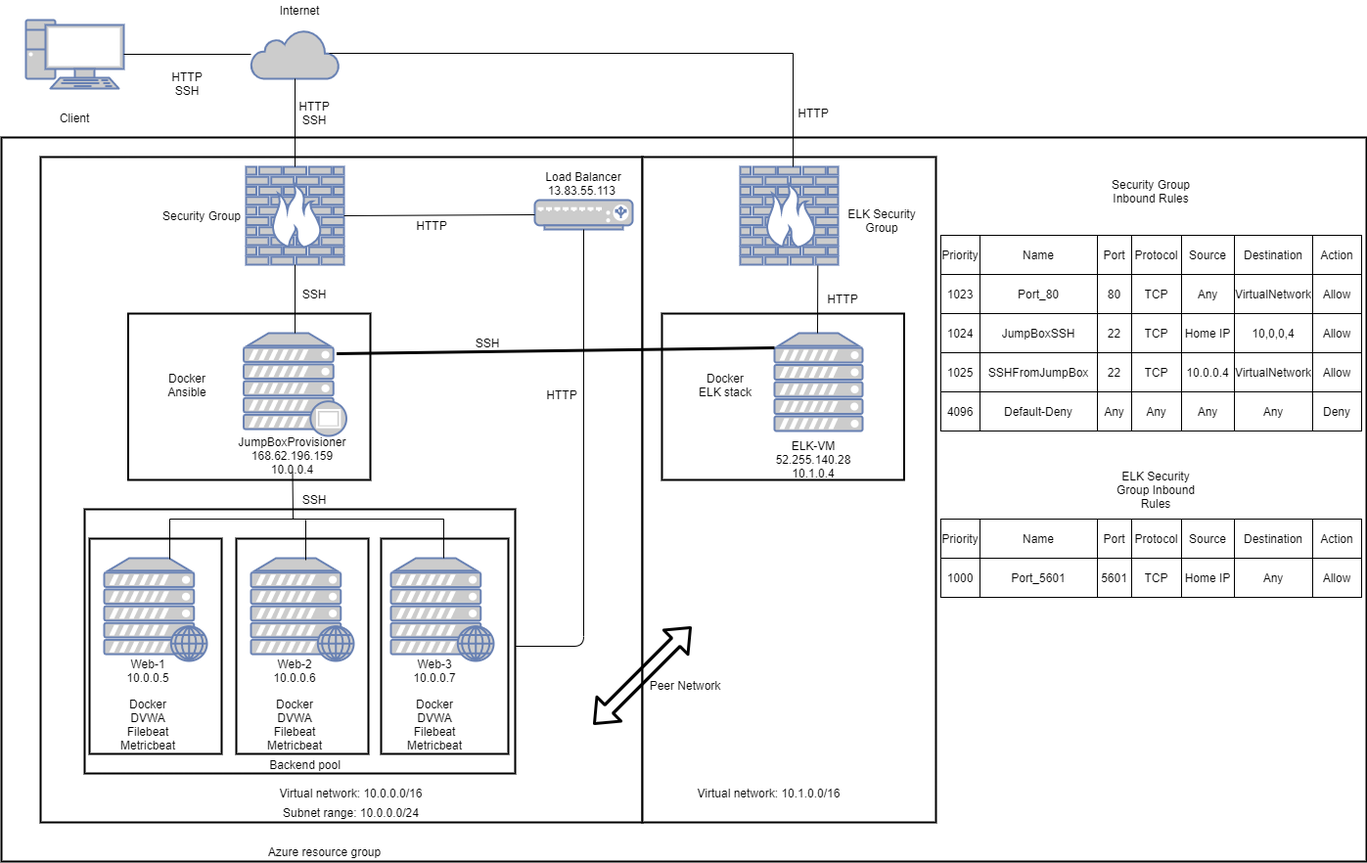
This is Images/RedTeamCloud.png from kevinfurukawa/CybersecurityProject1, a draw.io export, as it was before one commit. Source tidied: cells renumbered, new cells last; positions are measured from the earlier drawing's top-left corner, leaving out a move shared by most shapes.
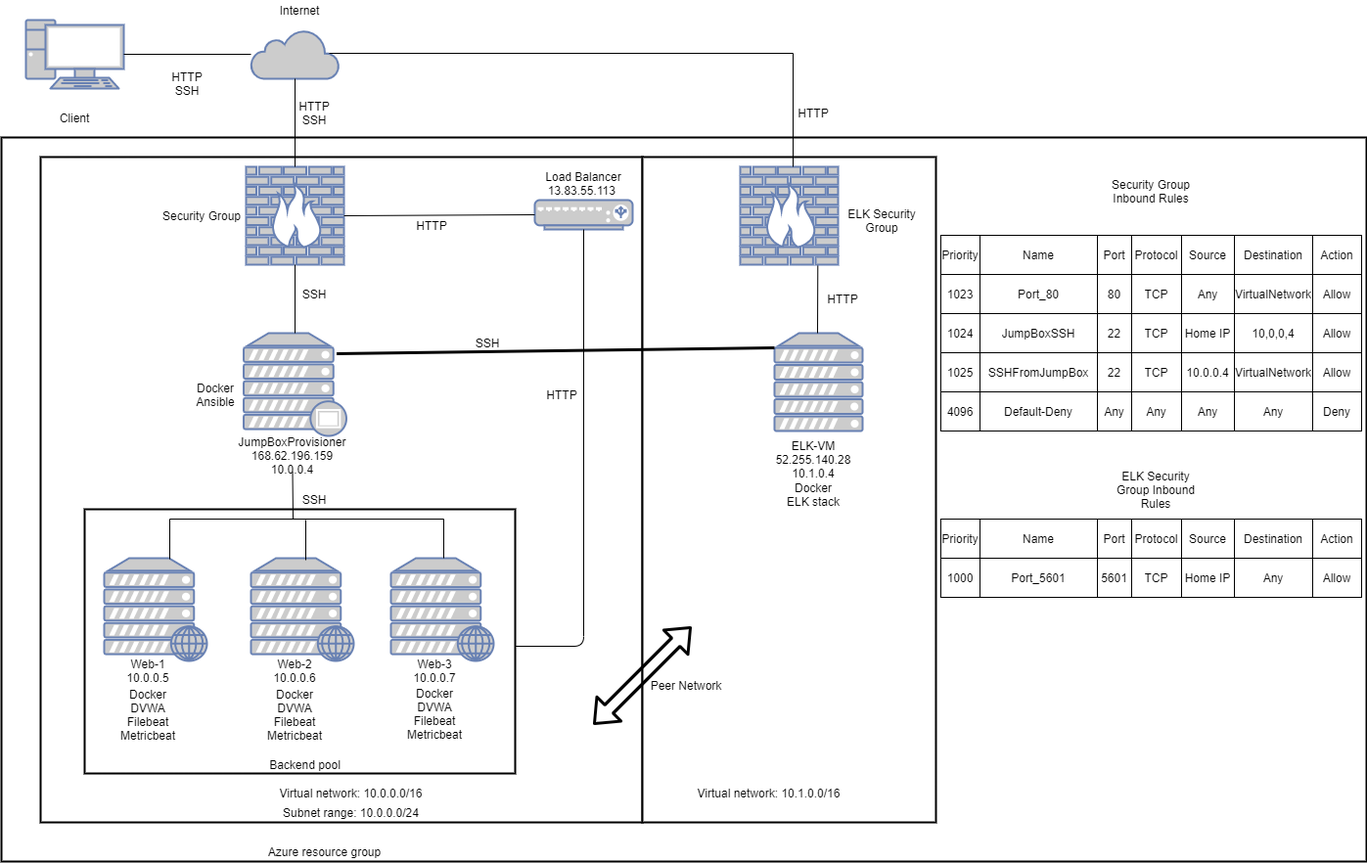
The same file after the commit.

Diff of the diagram source:
```diff
@@ -8,9 +8,6 @@
     <mxCell id="3" style="rounded=0;whiteSpace=wrap;html=1;glass=0;strokeWidth=2;" parent="1" vertex="1">
       <mxGeometry x="40" y="160" width="615" height="680" as="geometry" />
     </mxCell>
-    <mxCell id="4" style="rounded=0;whiteSpace=wrap;html=1;glass=0;strokeWidth=2;" parent="1" vertex="1">
-      <mxGeometry x="129.5" y="320" width="247.5" height="170" as="geometry" />
-    </mxCell>
     <mxCell id="5" style="html=1;outlineConnect=0;fillColor=#CCCCCC;strokeColor=#6881B3;gradientColor=none;gradientDirection=north;strokeWidth=2;shape=mxgraph.networks.cloud;fontColor=#ffffff;" parent="1" vertex="1">
       <mxGeometry x="255" y="30" width="90" height="50" as="geometry" />
     </mxCell>
@@ -65,15 +62,16 @@
     <mxCell id="22" value="SSH" style="text;html=1;strokeColor=none;fillColor=none;align=center;verticalAlign=middle;whiteSpace=wrap;rounded=0;" parent="1" vertex="1">
       <mxGeometry x="275" y="500" width="90" height="20" as="geometry" />
     </mxCell>
-    <mxCell id="23" style="endArrow=none;html=1;entryX=0.5;entryY=1;entryDx=0;entryDy=0;entryPerimeter=0;exitX=1;exitY=0.5;exitDx=0;exitDy=0;" parent="1" edge="1" source="42" target="15">
+    <mxCell id="23" style="endArrow=none;html=1;entryX=0.5;entryY=1;entryDx=0;entryDy=0;entryPerimeter=0;exitX=1;exitY=0.5;exitDx=0;exitDy=0;" parent="1" edge="1" target="15">
       <mxGeometry relative="1" as="geometry">
+        <mxPoint x="518" y="660" as="sourcePoint" />
         <Array as="points">
           <mxPoint x="595" y="660" />
         </Array>
       </mxGeometry>
     </mxCell>
     <mxCell id="24" value="Docker&lt;br&gt;Ansible" style="text;html=1;strokeColor=none;fillColor=none;align=center;verticalAlign=middle;whiteSpace=wrap;rounded=0;" parent="1" vertex="1">
-      <mxGeometry x="145" y="377.5" width="90" height="30" as="geometry" />
+      <mxGeometry x="174" y="388" width="90" height="30" as="geometry" />
     </mxCell>
     <mxCell id="25" value="Azure resource group" style="text;html=1;strokeColor=none;fillColor=none;align=center;verticalAlign=middle;whiteSpace=wrap;rounded=0;" parent="1" vertex="1">
       <mxGeometry x="264" y="860" width="132.5" height="20" as="geometry" />
@@ -96,9 +94,6 @@
     <mxCell id="31" style="group;" parent="1" vertex="1">
       <mxGeometry x="105" y="570" width="120" height="200" as="geometry" />
     </mxCell>
-    <mxCell id="32" style="rounded=0;whiteSpace=wrap;html=1;glass=0;strokeWidth=2;" parent="31" vertex="1">
-      <mxGeometry x="-15" y="-20" width="135" height="220" as="geometry" />
-    </mxCell>
     <mxCell id="33" style="fontColor=#0066CC;verticalAlign=top;verticalLabelPosition=bottom;labelPosition=center;align=center;html=1;fillColor=#CCCCCC;strokeColor=#6881B3;gradientColor=none;gradientDirection=north;strokeWidth=2;shape=mxgraph.networks.web_server;" parent="31" vertex="1">
       <mxGeometry width="105" height="105" as="geometry" />
     </mxCell>
@@ -106,14 +101,11 @@
       <mxGeometry y="105" width="90" height="20" as="geometry" />
     </mxCell>
     <mxCell id="35" value="Docker&lt;br&gt;DVWA&lt;br&gt;Filebeat&lt;br&gt;Metricbeat" style="text;html=1;strokeColor=none;fillColor=none;align=center;verticalAlign=middle;whiteSpace=wrap;rounded=0;" parent="31" vertex="1">
-      <mxGeometry y="140" width="90" height="60" as="geometry" />
+      <mxGeometry y="130" width="90" height="60" as="geometry" />
     </mxCell>
     <mxCell id="36" style="group;" parent="1" vertex="1">
       <mxGeometry x="255" y="570" width="120" height="200" as="geometry" />
     </mxCell>
-    <mxCell id="37" style="rounded=0;whiteSpace=wrap;html=1;glass=0;strokeWidth=2;" parent="36" vertex="1">
-      <mxGeometry x="-15" y="-20" width="135" height="220" as="geometry" />
-    </mxCell>
     <mxCell id="38" style="fontColor=#0066CC;verticalAlign=top;verticalLabelPosition=bottom;labelPosition=center;align=center;html=1;fillColor=#CCCCCC;strokeColor=#6881B3;gradientColor=none;gradientDirection=north;strokeWidth=2;shape=mxgraph.networks.web_server;" parent="36" vertex="1">
       <mxGeometry width="105" height="105" as="geometry" />
     </mxCell>
@@ -121,14 +113,11 @@
       <mxGeometry y="105" width="90" height="20" as="geometry" />
     </mxCell>
     <mxCell id="40" value="Docker&lt;br&gt;DVWA&lt;br&gt;Filebeat&lt;br&gt;Metricbeat" style="text;html=1;strokeColor=none;fillColor=none;align=center;verticalAlign=middle;whiteSpace=wrap;rounded=0;" parent="36" vertex="1">
-      <mxGeometry y="140" width="90" height="60" as="geometry" />
+      <mxGeometry y="130" width="90" height="60" as="geometry" />
     </mxCell>
     <mxCell id="41" style="group;" parent="1" vertex="1">
       <mxGeometry x="398" y="570" width="120" height="200" as="geometry" />
     </mxCell>
-    <mxCell id="42" style="rounded=0;whiteSpace=wrap;html=1;glass=0;strokeWidth=2;" parent="41" vertex="1">
-      <mxGeometry x="-10" y="-20" width="130" height="220" as="geometry" />
-    </mxCell>
     <mxCell id="43" style="fontColor=#0066CC;verticalAlign=top;verticalLabelPosition=bottom;labelPosition=center;align=center;html=1;fillColor=#CCCCCC;strokeColor=#6881B3;gradientColor=none;gradientDirection=north;strokeWidth=2;shape=mxgraph.networks.web_server;" parent="41" vertex="1">
       <mxGeometry width="105" height="105" as="geometry" />
     </mxCell>
@@ -136,7 +125,7 @@
       <mxGeometry y="105" width="90" height="20" as="geometry" />
     </mxCell>
     <mxCell id="45" value="Docker&lt;br&gt;DVWA&lt;br&gt;Filebeat&lt;br&gt;Metricbeat" style="text;html=1;strokeColor=none;fillColor=none;align=center;verticalAlign=middle;whiteSpace=wrap;rounded=0;" parent="41" vertex="1">
-      <mxGeometry y="140" width="90" height="60" as="geometry" />
+      <mxGeometry y="129" width="90" height="60" as="geometry" />
     </mxCell>
     <mxCell id="46" value="Backend pool" style="text;html=1;strokeColor=none;fillColor=none;align=center;verticalAlign=middle;whiteSpace=wrap;rounded=0;" parent="1" vertex="1">
       <mxGeometry x="257.5" y="771" width="105" height="20" as="geometry" />
@@ -176,9 +165,6 @@
     <mxCell id="53" style="rounded=0;whiteSpace=wrap;html=1;glass=0;strokeWidth=2;" parent="1" vertex="1">
       <mxGeometry x="655" y="160" width="300" height="680" as="geometry" />
     </mxCell>
-    <mxCell id="54" style="rounded=0;whiteSpace=wrap;html=1;glass=0;strokeWidth=2;" parent="1" vertex="1">
-      <mxGeometry x="675" y="320" width="247.5" height="170" as="geometry" />
-    </mxCell>
     <mxCell id="55" style="group;" parent="1" vertex="1">
       <mxGeometry x="785" y="340" width="95" height="151" as="geometry" />
     </mxCell>
@@ -195,7 +181,7 @@
       </mxGeometry>
     </mxCell>
     <mxCell id="59" value="Docker&lt;br&gt;ELK stack" style="text;html=1;strokeColor=none;fillColor=none;align=center;verticalAlign=middle;whiteSpace=wrap;rounded=0;" parent="1" vertex="1">
-      <mxGeometry x="695" y="377.5" width="90" height="30" as="geometry" />
+      <mxGeometry x="785" y="490" width="90" height="30" as="geometry" />
     </mxCell>
     <mxCell id="60" value="Virtual network:&amp;nbsp;10.1.0.0/16" style="text;html=1;strokeColor=none;fillColor=none;align=center;verticalAlign=middle;whiteSpace=wrap;rounded=0;" parent="1" vertex="1">
       <mxGeometry x="705" y="800" width="158.8" height="20" as="geometry" />
```
